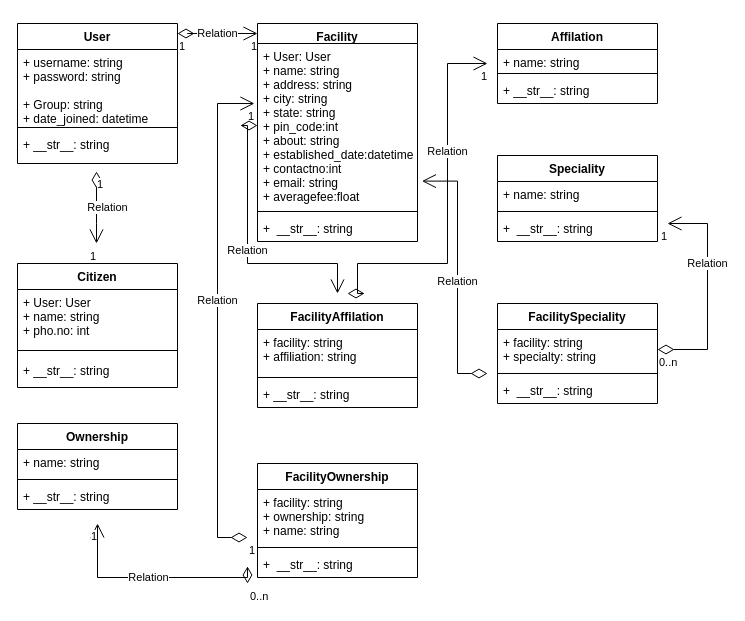
The draw.io diagram Untitled Diagram.drawio in thakarpriyam30/thakarpriyam30, before the edit. Source tidied: cells renumbered, new cells numbered last; positions are measured from the earlier drawing's top-left corner, leaving out a move shared by most shapes. Both pictures are drawn from the tidied source at 100%, with x=0, y=0 at pixel (17, 23).
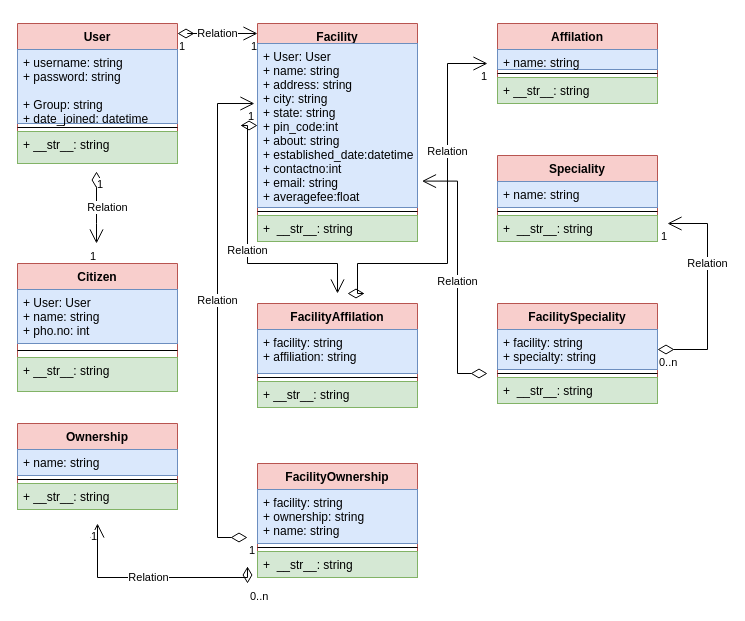
The same page after the edit.

What changed in the source:
```diff
@@
-    <mxCell id="2" value="Citizen" style="swimlane;fontStyle=1;align=center;verticalAlign=top;horizontal=1;startSize=26;" parent="1" vertex="1">
-      <mxGeometry y="240" width="160" height="124" as="geometry" />
+    <mxCell id="2" value="Citizen" style="swimlane;fontStyle=1;align=center;verticalAlign=top;horizontal=1;startSize=26;fillColor=#f8cecc;strokeColor=#b85450;" parent="1" vertex="1">
+      <mxGeometry y="240" width="160" height="128" as="geometry" />
     </mxCell>
-    <mxCell id="3" value="+ User: User&#10;+ name: string&#10;+ pho.no: int" style="text;strokeColor=none;fillColor=none;align=left;verticalAlign=top;spacingLeft=4;spacingRight=4;overflow=hidden;" parent="2" vertex="1">
+    <mxCell id="3" value="+ User: User&#10;+ name: string&#10;+ pho.no: int" style="text;strokeColor=#6c8ebf;fillColor=#dae8fc;align=left;verticalAlign=top;spacingLeft=4;spacingRight=4;overflow=hidden;" parent="2" vertex="1">
       <mxGeometry y="26" width="160" height="54" as="geometry" />
     </mxCell>
@@
-    <mxCell id="5" value="+ __str__: string" style="text;strokeColor=none;fillColor=none;align=left;verticalAlign=top;spacingLeft=4;spacingRight=4;overflow=hidden;" parent="2" vertex="1">
-      <mxGeometry y="94" width="160" height="30" as="geometry" />
+    <mxCell id="5" value="+ __str__: string" style="text;strokeColor=#82b366;fillColor=#d5e8d4;align=left;verticalAlign=top;spacingLeft=4;spacingRight=4;overflow=hidden;" parent="2" vertex="1">
+      <mxGeometry y="94" width="160" height="34" as="geometry" />
     </mxCell>
-    <mxCell id="6" value="Facility" style="swimlane;fontStyle=1;align=center;verticalAlign=top;horizontal=1;startSize=20;" parent="1" vertex="1">
+    <mxCell id="6" value="Facility" style="swimlane;fontStyle=1;align=center;verticalAlign=top;horizontal=1;startSize=20;fillColor=#f8cecc;strokeColor=#b85450;" parent="1" vertex="1">
       <mxGeometry x="240" width="160" height="218" as="geometry" />
     </mxCell>
-    <mxCell id="7" value="+ User: User&#10;+ name: string&#10;+ address: string&#10;+ city: string&#10;+ state: string&#10;+ pin_code:int&#10;+ about: string&#10;+ established_date:datetime&#10;+ contactno:int&#10;+ email: string&#10;+ averagefee:float" style="text;strokeColor=none;fillColor=none;align=left;verticalAlign=top;spacingLeft=4;spacingRight=4;overflow=hidden;points=[[0,0.5],[1,0.5]];portConstraint=eastwest;" parent="6" vertex="1">
+    <mxCell id="7" value="+ User: User&#10;+ name: string&#10;+ address: string&#10;+ city: string&#10;+ state: string&#10;+ pin_code:int&#10;+ about: string&#10;+ established_date:datetime&#10;+ contactno:int&#10;+ email: string&#10;+ averagefee:float" style="text;strokeColor=#6c8ebf;fillColor=#dae8fc;align=left;verticalAlign=top;spacingLeft=4;spacingRight=4;overflow=hidden;points=[[0,0.5],[1,0.5]];portConstraint=eastwest;" parent="6" vertex="1">
       <mxGeometry y="20" width="160" height="164" as="geometry" />
     </mxCell>
@@
-    <mxCell id="9" value="+  __str__: string" style="text;strokeColor=none;fillColor=none;align=left;verticalAlign=top;spacingLeft=4;spacingRight=4;overflow=hidden;" parent="6" vertex="1">
+    <mxCell id="9" value="+  __str__: string" style="text;strokeColor=#82b366;fillColor=#d5e8d4;align=left;verticalAlign=top;spacingLeft=4;spacingRight=4;overflow=hidden;" parent="6" vertex="1">
       <mxGeometry y="192" width="160" height="26" as="geometry" />
     </mxCell>
-    <mxCell id="10" value="User" style="swimlane;fontStyle=1;align=center;verticalAlign=top;horizontal=1;startSize=26;" parent="1" vertex="1">
+    <mxCell id="10" value="User" style="swimlane;fontStyle=1;align=center;verticalAlign=top;horizontal=1;startSize=26;fillColor=#f8cecc;strokeColor=#b85450;" parent="1" vertex="1">
       <mxGeometry width="160" height="140" as="geometry" />
     </mxCell>
-    <mxCell id="11" value="+ username: string&#10;+ password: string&#10;&#10;+ Group: string&#10;+ date_joined: datetime" style="text;strokeColor=none;fillColor=none;align=left;verticalAlign=top;spacingLeft=4;spacingRight=4;overflow=hidden;" parent="10" vertex="1">
+    <mxCell id="11" value="+ username: string&#10;+ password: string&#10;&#10;+ Group: string&#10;+ date_joined: datetime" style="text;strokeColor=#6c8ebf;fillColor=#dae8fc;align=left;verticalAlign=top;spacingLeft=4;spacingRight=4;overflow=hidden;" parent="10" vertex="1">
       <mxGeometry y="26" width="160" height="74" as="geometry" />
     </mxCell>
@@
-    <mxCell id="13" value="+ __str__: string" style="text;strokeColor=none;fillColor=none;align=left;verticalAlign=top;spacingLeft=4;spacingRight=4;overflow=hidden;" parent="10" vertex="1">
+    <mxCell id="13" value="+ __str__: string" style="text;strokeColor=#82b366;fillColor=#d5e8d4;align=left;verticalAlign=top;spacingLeft=4;spacingRight=4;overflow=hidden;" parent="10" vertex="1">
       <mxGeometry y="108" width="160" height="32" as="geometry" />
     </mxCell>
-    <mxCell id="14" value="Affilation" style="swimlane;fontStyle=1;align=center;verticalAlign=top;horizontal=1;startSize=26;" parent="1" vertex="1">
+    <mxCell id="14" value="Affilation" style="swimlane;fontStyle=1;align=center;verticalAlign=top;horizontal=1;startSize=26;fillColor=#f8cecc;strokeColor=#b85450;" parent="1" vertex="1">
       <mxGeometry x="480" width="160" height="80" as="geometry" />
     </mxCell>
-    <mxCell id="15" value="+ name: string" style="text;strokeColor=none;fillColor=none;align=left;verticalAlign=top;spacingLeft=4;spacingRight=4;overflow=hidden;" parent="14" vertex="1">
+    <mxCell id="15" value="+ name: string" style="text;strokeColor=#6c8ebf;fillColor=#dae8fc;align=left;verticalAlign=top;spacingLeft=4;spacingRight=4;overflow=hidden;" parent="14" vertex="1">
       <mxGeometry y="26" width="160" height="20" as="geometry" />
     </mxCell>
@@
-    <mxCell id="17" value="+ __str__: string" style="text;strokeColor=none;fillColor=none;align=left;verticalAlign=top;spacingLeft=4;spacingRight=4;overflow=hidden;" parent="14" vertex="1">
+    <mxCell id="17" value="+ __str__: string" style="text;strokeColor=#82b366;fillColor=#d5e8d4;align=left;verticalAlign=top;spacingLeft=4;spacingRight=4;overflow=hidden;" parent="14" vertex="1">
       <mxGeometry y="54" width="160" height="26" as="geometry" />
     </mxCell>
-    <mxCell id="18" value="FacilityAffilation" style="swimlane;fontStyle=1;align=center;verticalAlign=top;horizontal=1;startSize=26;" parent="1" vertex="1">
+    <mxCell id="18" value="FacilityAffilation" style="swimlane;fontStyle=1;align=center;verticalAlign=top;horizontal=1;startSize=26;fillColor=#f8cecc;strokeColor=#b85450;" parent="1" vertex="1">
       <mxGeometry x="240" y="280" width="160" height="104" as="geometry" />
     </mxCell>
-    <mxCell id="19" value="+ facility: string&#10;+ affiliation: string" style="text;strokeColor=none;fillColor=none;align=left;verticalAlign=top;spacingLeft=4;spacingRight=4;overflow=hidden;" parent="18" vertex="1">
+    <mxCell id="19" value="+ facility: string&#10;+ affiliation: string" style="text;strokeColor=#6c8ebf;fillColor=#dae8fc;align=left;verticalAlign=top;spacingLeft=4;spacingRight=4;overflow=hidden;" parent="18" vertex="1">
       <mxGeometry y="26" width="160" height="44" as="geometry" />
     </mxCell>
@@
-    <mxCell id="21" value="+ __str__: string" style="text;strokeColor=none;fillColor=none;align=left;verticalAlign=top;spacingLeft=4;spacingRight=4;overflow=hidden;" parent="18" vertex="1">
+    <mxCell id="21" value="+ __str__: string" style="text;strokeColor=#82b366;fillColor=#d5e8d4;align=left;verticalAlign=top;spacingLeft=4;spacingRight=4;overflow=hidden;" parent="18" vertex="1">
       <mxGeometry y="78" width="160" height="26" as="geometry" />
     </mxCell>
-    <mxCell id="22" value="Ownership" style="swimlane;fontStyle=1;align=center;verticalAlign=top;horizontal=1;startSize=26;" parent="1" vertex="1">
+    <mxCell id="22" value="Ownership" style="swimlane;fontStyle=1;align=center;verticalAlign=top;horizontal=1;startSize=26;fillColor=#f8cecc;strokeColor=#b85450;" parent="1" vertex="1">
       <mxGeometry y="400" width="160" height="86" as="geometry" />
     </mxCell>
-    <mxCell id="23" value="+ name: string" style="text;strokeColor=none;fillColor=none;align=left;verticalAlign=top;spacingLeft=4;spacingRight=4;overflow=hidden;" parent="22" vertex="1">
+    <mxCell id="23" value="+ name: string" style="text;strokeColor=#6c8ebf;fillColor=#dae8fc;align=left;verticalAlign=top;spacingLeft=4;spacingRight=4;overflow=hidden;" parent="22" vertex="1">
       <mxGeometry y="26" width="160" height="26" as="geometry" />
     </mxCell>
@@
-    <mxCell id="25" value="+ __str__: string" style="text;strokeColor=none;fillColor=none;align=left;verticalAlign=top;spacingLeft=4;spacingRight=4;overflow=hidden;" parent="22" vertex="1">
+    <mxCell id="25" value="+ __str__: string" style="text;strokeColor=#82b366;fillColor=#d5e8d4;align=left;verticalAlign=top;spacingLeft=4;spacingRight=4;overflow=hidden;" parent="22" vertex="1">
       <mxGeometry y="60" width="160" height="26" as="geometry" />
     </mxCell>
-    <mxCell id="26" value="FacilityOwnership" style="swimlane;fontStyle=1;align=center;verticalAlign=top;horizontal=1;startSize=26;" parent="1" vertex="1">
+    <mxCell id="26" value="FacilityOwnership" style="swimlane;fontStyle=1;align=center;verticalAlign=top;horizontal=1;startSize=26;fillColor=#f8cecc;strokeColor=#b85450;" parent="1" vertex="1">
       <mxGeometry x="240" y="440" width="160" height="114" as="geometry" />
     </mxCell>
-    <mxCell id="27" value="+ facility: string&#10;+ ownership: string&#10;+ name: string" style="text;strokeColor=none;fillColor=none;align=left;verticalAlign=top;spacingLeft=4;spacingRight=4;overflow=hidden;" parent="26" vertex="1">
+    <mxCell id="27" value="+ facility: string&#10;+ ownership: string&#10;+ name: string" style="text;strokeColor=#6c8ebf;fillColor=#dae8fc;align=left;verticalAlign=top;spacingLeft=4;spacingRight=4;overflow=hidden;" parent="26" vertex="1">
       <mxGeometry y="26" width="160" height="54" as="geometry" />
     </mxCell>
@@
-    <mxCell id="29" value="+  __str__: string" style="text;strokeColor=none;fillColor=none;align=left;verticalAlign=top;spacingLeft=4;spacingRight=4;overflow=hidden;" parent="26" vertex="1">
+    <mxCell id="29" value="+  __str__: string" style="text;strokeColor=#82b366;fillColor=#d5e8d4;align=left;verticalAlign=top;spacingLeft=4;spacingRight=4;overflow=hidden;" parent="26" vertex="1">
       <mxGeometry y="88" width="160" height="26" as="geometry" />
     </mxCell>
-    <mxCell id="30" value="Speciality" style="swimlane;fontStyle=1;align=center;verticalAlign=top;horizontal=1;startSize=26;" parent="1" vertex="1">
+    <mxCell id="30" value="Speciality" style="swimlane;fontStyle=1;align=center;verticalAlign=top;horizontal=1;startSize=26;fillColor=#f8cecc;strokeColor=#b85450;" parent="1" vertex="1">
       <mxGeometry x="480" y="132" width="160" height="86" as="geometry" />
     </mxCell>
-    <mxCell id="31" value="+ name: string" style="text;strokeColor=none;fillColor=none;align=left;verticalAlign=top;spacingLeft=4;spacingRight=4;overflow=hidden;" parent="30" vertex="1">
+    <mxCell id="31" value="+ name: string" style="text;strokeColor=#6c8ebf;fillColor=#dae8fc;align=left;verticalAlign=top;spacingLeft=4;spacingRight=4;overflow=hidden;" parent="30" vertex="1">
       <mxGeometry y="26" width="160" height="26" as="geometry" />
     </mxCell>
@@
-    <mxCell id="33" value="+  __str__: string" style="text;strokeColor=none;fillColor=none;align=left;verticalAlign=top;spacingLeft=4;spacingRight=4;overflow=hidden;" parent="30" vertex="1">
+    <mxCell id="33" value="+  __str__: string" style="text;strokeColor=#82b366;fillColor=#d5e8d4;align=left;verticalAlign=top;spacingLeft=4;spacingRight=4;overflow=hidden;" parent="30" vertex="1">
       <mxGeometry y="60" width="160" height="26" as="geometry" />
     </mxCell>
-    <mxCell id="34" value="FacilitySpeciality" style="swimlane;fontStyle=1;align=center;verticalAlign=top;horizontal=1;startSize=26;" parent="1" vertex="1">
+    <mxCell id="34" value="FacilitySpeciality" style="swimlane;fontStyle=1;align=center;verticalAlign=top;horizontal=1;startSize=26;fillColor=#f8cecc;strokeColor=#b85450;" parent="1" vertex="1">
       <mxGeometry x="480" y="280" width="160" height="100" as="geometry" />
     </mxCell>
-    <mxCell id="35" value="+ facility: string&#10;+ specialty: string" style="text;strokeColor=none;fillColor=none;align=left;verticalAlign=top;spacingLeft=4;spacingRight=4;overflow=hidden;points=[[0,0.5],[1,0.5]];portConstraint=eastwest;" parent="34" vertex="1">
+    <mxCell id="35" value="+ facility: string&#10;+ specialty: string" style="text;strokeColor=#6c8ebf;fillColor=#dae8fc;align=left;verticalAlign=top;spacingLeft=4;spacingRight=4;overflow=hidden;points=[[0,0.5],[1,0.5]];portConstraint=eastwest;" parent="34" vertex="1">
       <mxGeometry y="26" width="160" height="40" as="geometry" />
     </mxCell>
@@
-    <mxCell id="37" value="+  __str__: string" style="text;strokeColor=none;fillColor=none;align=left;verticalAlign=top;spacingLeft=4;spacingRight=4;overflow=hidden;" parent="34" vertex="1">
+    <mxCell id="37" value="+  __str__: string" style="text;strokeColor=#82b366;fillColor=#d5e8d4;align=left;verticalAlign=top;spacingLeft=4;spacingRight=4;overflow=hidden;" parent="34" vertex="1">
       <mxGeometry y="74" width="160" height="26" as="geometry" />
     </mxCell>
```
